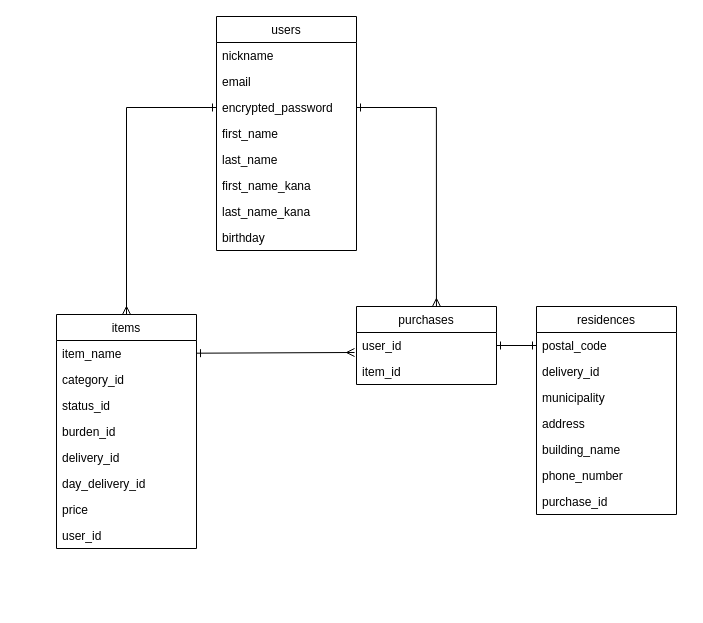
Above: furima.dio in yanagiraku/furima-36114 (draw.io), before the change. Source tidied: cells renumbered, new cells numbered last; positions are measured from the earlier drawing's top-left corner, leaving out a move shared by most shapes. Both pictures are drawn from the tidied source at 100%, with x=0, y=0 at pixel (56, 16).
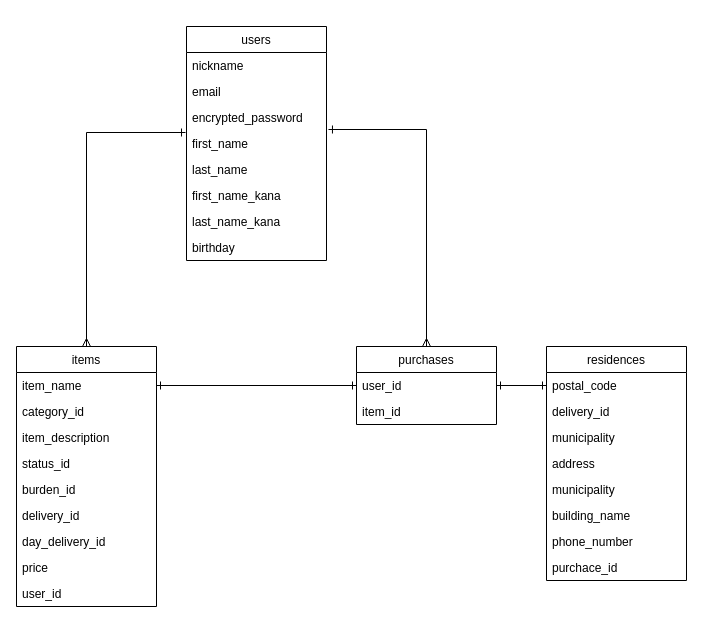
The same page after the edit.

What changed in the source:
```diff
@@
-    <mxCell id="2" value="users" style="swimlane;fontStyle=0;horizontal=1;startSize=26;" parent="1" vertex="1">
-      <mxGeometry x="160" width="140" height="234" as="geometry" />
+    <mxCell id="2" value="residences" style="swimlane;fontStyle=0;horizontal=1;startSize=26;" parent="1" vertex="1">
+      <mxGeometry x="490" y="330" width="140" height="234" as="geometry" />
     </mxCell>
-    <mxCell id="3" value="nickname" style="text;strokeColor=none;fillColor=none;align=left;verticalAlign=top;spacingLeft=4;spacingRight=4;overflow=hidden;points=[[0,0.5],[1,0.5]];portConstraint=eastwest;" parent="2" vertex="1">
+    <mxCell id="3" value="postal_code" style="text;strokeColor=none;fillColor=none;align=left;verticalAlign=top;spacingLeft=4;spacingRight=4;overflow=hidden;points=[[0,0.5],[1,0.5]];portConstraint=eastwest;" parent="2" vertex="1">
       <mxGeometry y="26" width="140" height="26" as="geometry" />
     </mxCell>
-    <mxCell id="4" value="email" style="text;strokeColor=none;fillColor=none;align=left;verticalAlign=top;spacingLeft=4;spacingRight=4;overflow=hidden;" parent="2" vertex="1">
+    <mxCell id="4" value="delivery_id" style="text;strokeColor=none;fillColor=none;align=left;verticalAlign=top;spacingLeft=4;spacingRight=4;overflow=hidden;" parent="2" vertex="1">
       <mxGeometry y="52" width="140" height="26" as="geometry" />
     </mxCell>
-    <mxCell id="5" value="encrypted_password" style="text;strokeColor=none;fillColor=none;align=left;verticalAlign=top;spacingLeft=4;spacingRight=4;overflow=hidden;points=[[0,0.5],[1,0.5]];portConstraint=eastwest;" parent="2" vertex="1">
-      <mxGeometry y="78" width="140" height="26" as="geometry" />
-    </mxCell>
-    <mxCell id="6" value="first_name&#10;" style="text;strokeColor=none;fillColor=none;align=left;verticalAlign=top;spacingLeft=4;spacingRight=4;overflow=hidden;points=[[0,0.5],[1,0.5]];portConstraint=eastwest;" parent="2" vertex="1">
-      <mxGeometry y="104" width="140" height="26" as="geometry" />
-    </mxCell>
-    <mxCell id="7" value="last_name&#10;" style="text;strokeColor=none;fillColor=none;align=left;verticalAlign=top;spacingLeft=4;spacingRight=4;overflow=hidden;" parent="2" vertex="1">
-      <mxGeometry y="130" width="140" height="26" as="geometry" />
-    </mxCell>
-    <mxCell id="8" value="first_name_kana&#10;" style="text;strokeColor=none;fillColor=none;align=left;verticalAlign=top;spacingLeft=4;spacingRight=4;overflow=hidden;" parent="2" vertex="1">
-      <mxGeometry y="156" width="140" height="26" as="geometry" />
-    </mxCell>
-    <mxCell id="9" value="last_name_kana&#10;" style="text;strokeColor=none;fillColor=none;align=left;verticalAlign=top;spacingLeft=4;spacingRight=4;overflow=hidden;" parent="2" vertex="1">
-      <mxGeometry y="182" width="140" height="26" as="geometry" />
-    </mxCell>
-    <mxCell id="10" value="birthday" style="text;strokeColor=none;fillColor=none;align=left;verticalAlign=top;spacingLeft=4;spacingRight=4;overflow=hidden;" parent="2" vertex="1">
-      <mxGeometry y="208" width="140" height="26" as="geometry" />
+    <mxCell id="10" value="municipality" style="text;strokeColor=none;fillColor=none;align=left;verticalAlign=top;spacingLeft=4;spacingRight=4;overflow=hidden;" parent="2" vertex="1">
+      <mxGeometry y="78" width="140" height="26" as="geometry" />
     </mxCell>
-    <mxCell id="11" value="items" style="swimlane;fontStyle=0;horizontal=1;startSize=26;" parent="1" vertex="1">
-      <mxGeometry y="298" width="140" height="234" as="geometry" />
-    </mxCell>
+    <mxCell id="16" value="address" style="text;strokeColor=none;fillColor=none;align=left;verticalAlign=top;spacingLeft=4;spacingRight=4;overflow=hidden;" parent="2" vertex="1">
+      <mxGeometry y="104" width="140" height="26" as="geometry" />
+    </mxCell>
+    <mxCell id="15" value="municipality" style="text;strokeColor=none;fillColor=none;align=left;verticalAlign=top;spacingLeft=4;spacingRight=4;overflow=hidden;" parent="2" vertex="1">
+      <mxGeometry y="130" width="140" height="26" as="geometry" />
+    </mxCell>
-    <mxCell id="12" value="item_name" style="text;strokeColor=none;fillColor=none;align=left;verticalAlign=top;spacingLeft=4;spacingRight=4;overflow=hidden;points=[[0,0.5],[1,0.5]];portConstraint=eastwest;" parent="11" vertex="1">
-      <mxGeometry y="26" width="140" height="26" as="geometry" />
+    <mxCell id="12" value="building_name" style="text;strokeColor=none;fillColor=none;align=left;verticalAlign=top;spacingLeft=4;spacingRight=4;overflow=hidden;points=[[0,0.5],[1,0.5]];portConstraint=eastwest;" parent="2" vertex="1">
+      <mxGeometry y="156" width="140" height="26" as="geometry" />
     </mxCell>
-    <mxCell id="13" value="category_id" style="text;strokeColor=none;fillColor=none;align=left;verticalAlign=top;spacingLeft=4;spacingRight=4;overflow=hidden;" parent="11" vertex="1">
-      <mxGeometry y="52" width="140" height="26" as="geometry" />
+    <mxCell id="13" value="phone_number" style="text;strokeColor=none;fillColor=none;align=left;verticalAlign=top;spacingLeft=4;spacingRight=4;overflow=hidden;" parent="2" vertex="1">
+      <mxGeometry y="182" width="140" height="26" as="geometry" />
     </mxCell>
-    <mxCell id="14" value="status_id" style="text;strokeColor=none;fillColor=none;align=left;verticalAlign=top;spacingLeft=4;spacingRight=4;overflow=hidden;" parent="11" vertex="1">
-      <mxGeometry y="78" width="140" height="26" as="geometry" />
+    <mxCell id="14" value="purchace_id" style="text;strokeColor=none;fillColor=none;align=left;verticalAlign=top;spacingLeft=4;spacingRight=4;overflow=hidden;" parent="2" vertex="1">
+      <mxGeometry y="208" width="140" height="26" as="geometry" />
     </mxCell>
-    <mxCell id="15" value="burden_id" style="text;strokeColor=none;fillColor=none;align=left;verticalAlign=top;spacingLeft=4;spacingRight=4;overflow=hidden;" parent="11" vertex="1">
-      <mxGeometry y="104" width="140" height="26" as="geometry" />
-    </mxCell>
-    <mxCell id="16" value="delivery_id" style="text;strokeColor=none;fillColor=none;align=left;verticalAlign=top;spacingLeft=4;spacingRight=4;overflow=hidden;" parent="11" vertex="1">
-      <mxGeometry y="130" width="140" height="26" as="geometry" />
-    </mxCell>
+    <mxCell id="27" style="edgeStyle=orthogonalEdgeStyle;rounded=0;jettySize=auto;html=1;exitX=0.5;exitY=0;exitDx=0;exitDy=0;entryX=-0.007;entryY=1.077;entryDx=0;entryDy=0;entryPerimeter=0;startArrow=ERmany;startFill=0;endArrow=ERone;endFill=0;" parent="1" edge="1" source="11" target="19">
+      <mxGeometry relative="1" as="geometry" />
+    </mxCell>
+    <mxCell id="11" value="items" style="swimlane;fontStyle=0;horizontal=1;startSize=26;" parent="1" vertex="1">
+      <mxGeometry x="-40" y="330" width="140" height="260" as="geometry" />
+    </mxCell>
+    <mxCell id="35" value="item_name" style="text;strokeColor=none;fillColor=none;align=left;verticalAlign=top;spacingLeft=4;spacingRight=4;overflow=hidden;points=[[0,0.5],[1,0.5]];portConstraint=eastwest;" parent="11" vertex="1">
+      <mxGeometry y="26" width="140" height="26" as="geometry" />
+    </mxCell>
+    <mxCell id="36" value="category_id" style="text;strokeColor=none;fillColor=none;align=left;verticalAlign=top;spacingLeft=4;spacingRight=4;overflow=hidden;" parent="11" vertex="1">
+      <mxGeometry y="52" width="140" height="26" as="geometry" />
+    </mxCell>
+    <mxCell id="18" value="item_description" style="text;strokeColor=none;fillColor=none;align=left;verticalAlign=top;spacingLeft=4;spacingRight=4;overflow=hidden;" parent="11" vertex="1">
+      <mxGeometry y="78" width="140" height="26" as="geometry" />
+    </mxCell>
+    <mxCell id="37" value="status_id" style="text;strokeColor=none;fillColor=none;align=left;verticalAlign=top;spacingLeft=4;spacingRight=4;overflow=hidden;" parent="11" vertex="1">
+      <mxGeometry y="104" width="140" height="26" as="geometry" />
+    </mxCell>
+    <mxCell id="38" value="burden_id" style="text;strokeColor=none;fillColor=none;align=left;verticalAlign=top;spacingLeft=4;spacingRight=4;overflow=hidden;" parent="11" vertex="1">
+      <mxGeometry y="130" width="140" height="26" as="geometry" />
+    </mxCell>
+    <mxCell id="39" value="delivery_id" style="text;strokeColor=none;fillColor=none;align=left;verticalAlign=top;spacingLeft=4;spacingRight=4;overflow=hidden;" parent="11" vertex="1">
+      <mxGeometry y="156" width="140" height="26" as="geometry" />
+    </mxCell>
     <mxCell id="17" value="day_delivery_id" style="text;strokeColor=none;fillColor=none;align=left;verticalAlign=top;spacingLeft=4;spacingRight=4;overflow=hidden;" parent="11" vertex="1">
-      <mxGeometry y="156" width="140" height="26" as="geometry" />
+      <mxGeometry y="182" width="140" height="26" as="geometry" />
     </mxCell>
-    <mxCell id="18" value="price" style="text;strokeColor=none;fillColor=none;align=left;verticalAlign=top;spacingLeft=4;spacingRight=4;overflow=hidden;" parent="11" vertex="1">
-      <mxGeometry y="182" width="140" height="26" as="geometry" />
-    </mxCell>
+    <mxCell id="40" value="price" style="text;strokeColor=none;fillColor=none;align=left;verticalAlign=top;spacingLeft=4;spacingRight=4;overflow=hidden;" parent="11" vertex="1">
+      <mxGeometry y="208" width="140" height="26" as="geometry" />
+    </mxCell>
+    <mxCell id="32" value="user_id" style="text;strokeColor=none;fillColor=none;align=left;verticalAlign=top;spacingLeft=4;spacingRight=4;overflow=hidden;" parent="11" vertex="1">
+      <mxGeometry y="234" width="140" height="26" as="geometry" />
+    </mxCell>
+    <mxCell id="20" value="users" style="swimlane;fontStyle=0;horizontal=1;startSize=26;" parent="1" vertex="1">
+      <mxGeometry x="130" y="10" width="140" height="234" as="geometry" />
+    </mxCell>
+    <mxCell id="41" value="nickname" style="text;strokeColor=none;fillColor=none;align=left;verticalAlign=top;spacingLeft=4;spacingRight=4;overflow=hidden;" parent="20" vertex="1">
+      <mxGeometry y="26" width="140" height="26" as="geometry" />
+    </mxCell>
+    <mxCell id="42" value="email" style="text;strokeColor=none;fillColor=none;align=left;verticalAlign=top;spacingLeft=4;spacingRight=4;overflow=hidden;" parent="20" vertex="1">
+      <mxGeometry y="52" width="140" height="26" as="geometry" />
+    </mxCell>
-    <mxCell id="19" value="user_id" style="text;strokeColor=none;fillColor=none;align=left;verticalAlign=top;spacingLeft=4;spacingRight=4;overflow=hidden;points=[[0,0.5],[1,0.5]];portConstraint=eastwest;" parent="11" vertex="1">
-      <mxGeometry y="208" width="140" height="26" as="geometry" />
+    <mxCell id="19" value="encrypted_password" style="text;strokeColor=none;fillColor=none;align=left;verticalAlign=top;spacingLeft=4;spacingRight=4;overflow=hidden;points=[[0,0.5],[1,0.5]];portConstraint=eastwest;" parent="20" vertex="1">
+      <mxGeometry y="78" width="140" height="26" as="geometry" />
     </mxCell>
-    <mxCell id="20" value="purchases" style="swimlane;fontStyle=0;horizontal=1;startSize=26;" parent="1" vertex="1">
-      <mxGeometry x="300" y="290" width="140" height="78" as="geometry" />
-    </mxCell>
+    <mxCell id="6" value="first_name" style="text;strokeColor=none;fillColor=none;align=left;verticalAlign=top;spacingLeft=4;spacingRight=4;overflow=hidden;points=[[0,0.5],[1,0.5]];portConstraint=eastwest;" parent="20" vertex="1">
+      <mxGeometry y="104" width="140" height="26" as="geometry" />
+    </mxCell>
+    <mxCell id="43" value="last_name" style="text;strokeColor=none;fillColor=none;align=left;verticalAlign=top;spacingLeft=4;spacingRight=4;overflow=hidden;" parent="20" vertex="1">
+      <mxGeometry y="130" width="140" height="26" as="geometry" />
+    </mxCell>
+    <mxCell id="7" value="first_name_kana" style="text;strokeColor=none;fillColor=none;align=left;verticalAlign=top;spacingLeft=4;spacingRight=4;overflow=hidden;" parent="20" vertex="1">
+      <mxGeometry y="156" width="140" height="26" as="geometry" />
+    </mxCell>
+    <mxCell id="8" value="last_name_kana" style="text;strokeColor=none;fillColor=none;align=left;verticalAlign=top;spacingLeft=4;spacingRight=4;overflow=hidden;" parent="20" vertex="1">
+      <mxGeometry y="182" width="140" height="26" as="geometry" />
+    </mxCell>
+    <mxCell id="22" value="birthday" style="text;strokeColor=none;fillColor=none;align=left;verticalAlign=top;spacingLeft=4;spacingRight=4;overflow=hidden;" parent="20" vertex="1">
+      <mxGeometry y="208" width="140" height="26" as="geometry" />
+    </mxCell>
+    <mxCell id="26" style="edgeStyle=orthogonalEdgeStyle;rounded=0;jettySize=auto;html=1;exitX=0.5;exitY=0;exitDx=0;exitDy=0;entryX=1.014;entryY=-0.038;entryDx=0;entryDy=0;entryPerimeter=0;startArrow=ERmany;startFill=0;endArrow=ERone;endFill=0;" parent="1" edge="1" source="23" target="6">
+      <mxGeometry relative="1" as="geometry">
+        <Array as="points">
+          <mxPoint x="370" y="113" />
+        </Array>
+      </mxGeometry>
+    </mxCell>
+    <mxCell id="23" value="purchases" style="swimlane;fontStyle=0;horizontal=1;startSize=26;" parent="1" vertex="1">
+      <mxGeometry x="300" y="330" width="140" height="78" as="geometry" />
+    </mxCell>
-    <mxCell id="21" value="user_id" style="text;strokeColor=none;fillColor=none;align=left;verticalAlign=top;spacingLeft=4;spacingRight=4;overflow=hidden;points=[[0,0.5],[1,0.5]];portConstraint=eastwest;" parent="20" vertex="1">
+    <mxCell id="21" value="user_id" style="text;strokeColor=none;fillColor=none;align=left;verticalAlign=top;spacingLeft=4;spacingRight=4;overflow=hidden;points=[[0,0.5],[1,0.5]];portConstraint=eastwest;" parent="23" vertex="1">
       <mxGeometry y="26" width="140" height="26" as="geometry" />
     </mxCell>
-    <mxCell id="22" value="item_id" style="text;strokeColor=none;fillColor=none;align=left;verticalAlign=top;spacingLeft=4;spacingRight=4;overflow=hidden;" parent="20" vertex="1">
-      <mxGeometry y="52" width="140" height="26" as="geometry" />
-    </mxCell>
-    <mxCell id="23" style="rounded=0;jettySize=auto;html=1;exitX=0;exitY=0.5;exitDx=0;exitDy=0;entryX=0.5;entryY=0;entryDx=0;entryDy=0;endArrow=ERmany;endFill=0;startArrow=ERone;startFill=0;edgeStyle=orthogonalEdgeStyle;" parent="1" edge="1" source="5" target="11">
-      <mxGeometry relative="1" as="geometry" />
-    </mxCell>
-    <mxCell id="24" style="rounded=0;jettySize=auto;html=1;exitX=1;exitY=0.5;exitDx=0;exitDy=0;entryX=0.571;entryY=0;entryDx=0;entryDy=0;entryPerimeter=0;edgeStyle=orthogonalEdgeStyle;endArrow=ERmany;endFill=0;startArrow=ERone;startFill=0;" parent="1" edge="1" source="5" target="20">
-      <mxGeometry relative="1" as="geometry" />
+    <mxCell id="24" value="item_id" style="text;strokeColor=none;fillColor=none;align=left;verticalAlign=top;spacingLeft=4;spacingRight=4;overflow=hidden;" parent="23" vertex="1">
+      <mxGeometry y="52" width="140" height="26" as="geometry" />
     </mxCell>
-    <mxCell id="25" value="residences" style="swimlane;fontStyle=0;horizontal=1;startSize=26;" parent="1" vertex="1">
-      <mxGeometry x="480" y="290" width="140" height="208" as="geometry" />
-    </mxCell>
-    <mxCell id="26" value="postal_code" style="text;strokeColor=none;fillColor=none;align=left;verticalAlign=top;spacingLeft=4;spacingRight=4;overflow=hidden;points=[[0,0.5],[1,0.5]];portConstraint=eastwest;" parent="25" vertex="1">
-      <mxGeometry y="26" width="140" height="26" as="geometry" />
-    </mxCell>
-    <mxCell id="27" value="delivery_id" style="text;strokeColor=none;fillColor=none;align=left;verticalAlign=top;spacingLeft=4;spacingRight=4;overflow=hidden;" parent="25" vertex="1">
-      <mxGeometry y="52" width="140" height="26" as="geometry" />
-    </mxCell>
-    <mxCell id="28" value="municipality" style="text;strokeColor=none;fillColor=none;align=left;verticalAlign=top;spacingLeft=4;spacingRight=4;overflow=hidden;" parent="25" vertex="1">
-      <mxGeometry y="78" width="140" height="26" as="geometry" />
-    </mxCell>
+    <mxCell id="44" style="edgeStyle=orthogonalEdgeStyle;rounded=0;jettySize=auto;html=1;exitX=1;exitY=0.5;exitDx=0;exitDy=0;entryX=0;entryY=0.5;entryDx=0;entryDy=0;startArrow=ERone;startFill=0;endArrow=ERone;endFill=0;" parent="1" edge="1" source="35" target="21">
+      <mxGeometry relative="1" as="geometry" />
+    </mxCell>
-    <mxCell id="29" value="address" style="text;strokeColor=none;fillColor=none;align=left;verticalAlign=top;spacingLeft=4;spacingRight=4;overflow=hidden;" parent="25" vertex="1">
-      <mxGeometry y="104" width="140" height="26" as="geometry" />
+    <mxCell id="29" style="edgeStyle=orthogonalEdgeStyle;rounded=0;jettySize=auto;html=1;exitX=1;exitY=0.5;exitDx=0;exitDy=0;entryX=0;entryY=0.5;entryDx=0;entryDy=0;startArrow=ERone;startFill=0;endArrow=ERone;endFill=0;" parent="1" edge="1" source="21" target="3">
+      <mxGeometry relative="1" as="geometry" />
     </mxCell>
-    <mxCell id="30" value="building_name" style="text;strokeColor=none;fillColor=none;align=left;verticalAlign=top;spacingLeft=4;spacingRight=4;overflow=hidden;" parent="25" vertex="1">
-      <mxGeometry y="130" width="140" height="26" as="geometry" />
-    </mxCell>
-    <mxCell id="31" value="phone_number" style="text;strokeColor=none;fillColor=none;align=left;verticalAlign=top;spacingLeft=4;spacingRight=4;overflow=hidden;" parent="25" vertex="1">
-      <mxGeometry y="156" width="140" height="26" as="geometry" />
-    </mxCell>
-    <mxCell id="32" value="purchase_id" style="text;strokeColor=none;fillColor=none;align=left;verticalAlign=top;spacingLeft=4;spacingRight=4;overflow=hidden;" parent="25" vertex="1">
-      <mxGeometry y="182" width="140" height="26" as="geometry" />
-    </mxCell>
-    <mxCell id="33" style="edgeStyle=none;rounded=0;jettySize=auto;html=1;entryX=0;entryY=0.5;entryDx=0;entryDy=0;startArrow=ERone;startFill=0;endArrow=ERone;endFill=0;exitX=1;exitY=0.5;exitDx=0;exitDy=0;" parent="1" edge="1" source="21" target="26">
-      <mxGeometry relative="1" as="geometry" />
-    </mxCell>
-    <mxCell id="34" style="rounded=0;jettySize=auto;html=1;entryX=-0.014;entryY=0.769;entryDx=0;entryDy=0;startArrow=ERone;startFill=0;endArrow=ERmany;endFill=0;entryPerimeter=0;" parent="1" edge="1" source="12" target="21">
-      <mxGeometry relative="1" as="geometry" />
-    </mxCell>
```
